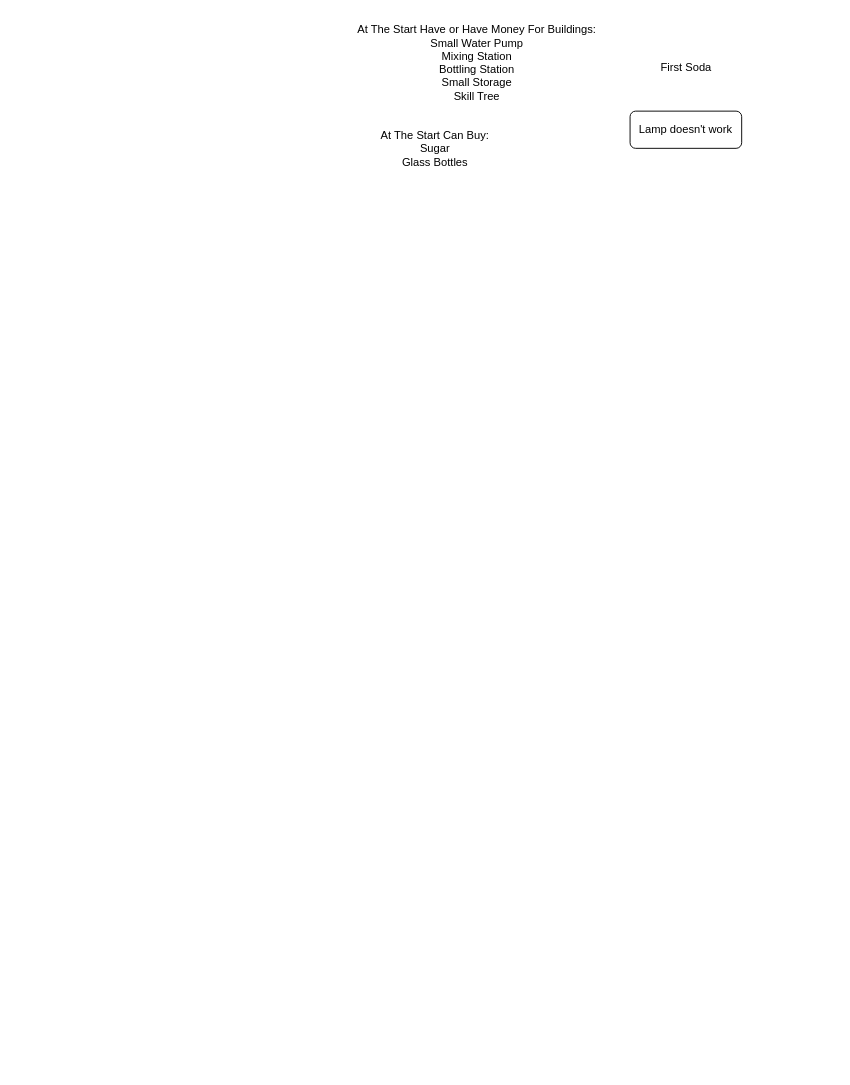
The draw.io diagram GameFlow.drawio in mdbernhards/GizmosSodaFactory, before the edit. Source tidied: cells renumbered, new cells numbered last; positions are measured from the earlier drawing's top-left corner, leaving out a move shared by most shapes. Both pictures are drawn from the tidied source at 93%, with x=0, y=0 at pixel (346, 16).
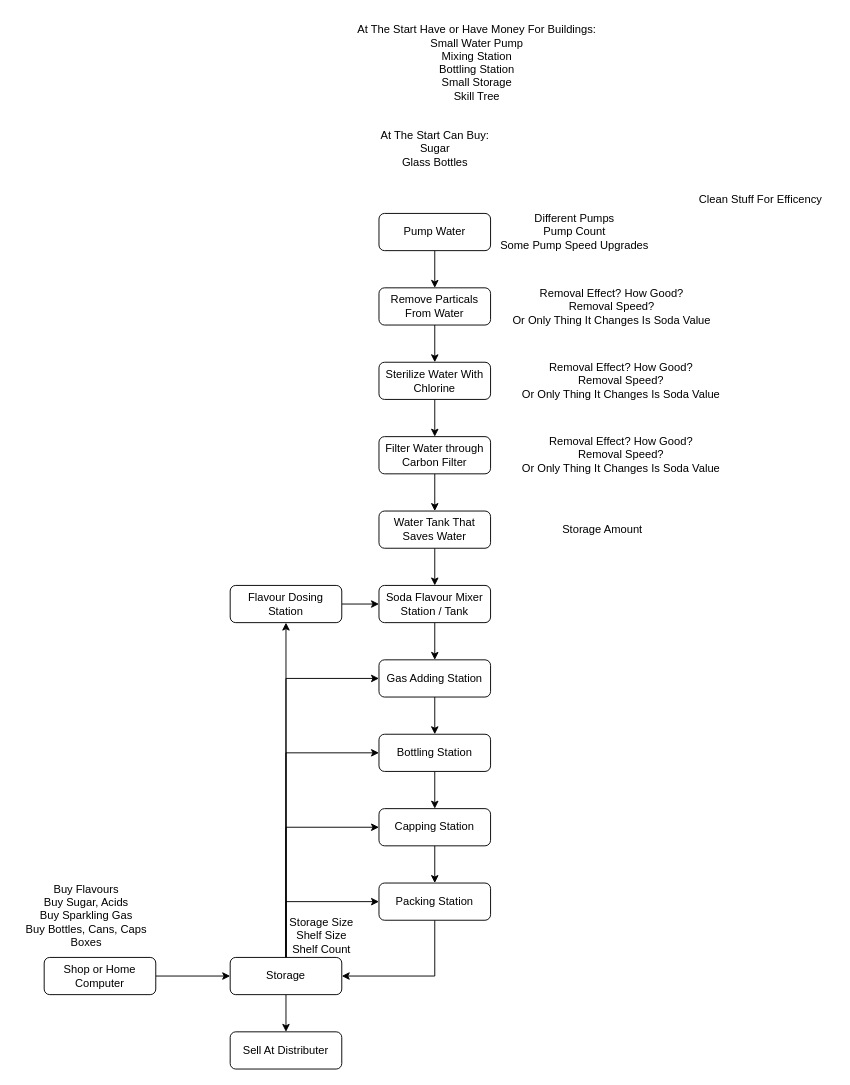
The same page after the edit.

The edit, as a diff of the source:
```diff
@@
+    <mxCell id="6" style="edgeStyle=orthogonalEdgeStyle;rounded=0;jettySize=auto;html=1;exitX=0.5;exitY=1;exitDx=0;exitDy=0;entryX=0.5;entryY=0;entryDx=0;entryDy=0;" parent="1" edge="1" source="2" target="8">
+      <mxGeometry relative="1" as="geometry" />
+    </mxCell>
-    <mxCell id="2" value="Lamp doesn't work" style="rounded=1;whiteSpace=wrap;html=1;fontSize=12;glass=0;strokeWidth=1;shadow=0;" parent="1" vertex="1">
-      <mxGeometry x="305" y="102" width="120" height="40" as="geometry" />
+    <mxCell id="2" value="Pump Water" style="rounded=1;whiteSpace=wrap;html=1;fontSize=12;glass=0;strokeWidth=1;shadow=0;" parent="1" vertex="1">
+      <mxGeometry x="35" y="212" width="120" height="40" as="geometry" />
     </mxCell>
-    <mxCell id="3" value="First Soda" style="text;html=1;align=center;verticalAlign=middle;strokeColor=none;fillColor=none;" parent="1" vertex="1">
-      <mxGeometry x="325" y="40" width="80" height="30" as="geometry" />
+    <mxCell id="3" value="Different Pumps&lt;div&gt;Pump Count&lt;/div&gt;&lt;div&gt;Some Pump Speed Upgrades&lt;/div&gt;" style="text;html=1;align=center;verticalAlign=middle;strokeColor=none;fillColor=none;" parent="1" vertex="1">
+      <mxGeometry x="155" y="202" width="180" height="60" as="geometry" />
     </mxCell>
@@
+    <mxCell id="7" style="edgeStyle=orthogonalEdgeStyle;rounded=0;jettySize=auto;html=1;exitX=0.5;exitY=1;exitDx=0;exitDy=0;entryX=0.5;entryY=0;entryDx=0;entryDy=0;" parent="1" edge="1" source="8" target="10">
+      <mxGeometry relative="1" as="geometry" />
+    </mxCell>
+    <mxCell id="8" value="Remove Particals From Water" style="rounded=1;whiteSpace=wrap;html=1;fontSize=12;glass=0;strokeWidth=1;shadow=0;" parent="1" vertex="1">
+      <mxGeometry x="35" y="292" width="120" height="40" as="geometry" />
+    </mxCell>
+    <mxCell id="9" style="edgeStyle=orthogonalEdgeStyle;rounded=0;jettySize=auto;html=1;exitX=0.5;exitY=1;exitDx=0;exitDy=0;entryX=0.5;entryY=0;entryDx=0;entryDy=0;" parent="1" edge="1" source="10" target="12">
+      <mxGeometry relative="1" as="geometry" />
+    </mxCell>
+    <mxCell id="10" value="Sterilize Water With Chlorine" style="rounded=1;whiteSpace=wrap;html=1;fontSize=12;glass=0;strokeWidth=1;shadow=0;" parent="1" vertex="1">
+      <mxGeometry x="35" y="372" width="120" height="40" as="geometry" />
+    </mxCell>
+    <mxCell id="11" style="edgeStyle=orthogonalEdgeStyle;rounded=0;jettySize=auto;html=1;exitX=0.5;exitY=1;exitDx=0;exitDy=0;entryX=0.5;entryY=0;entryDx=0;entryDy=0;" parent="1" edge="1" source="12" target="17">
+      <mxGeometry relative="1" as="geometry" />
+    </mxCell>
+    <mxCell id="12" value="Filter Water through Carbon Filter" style="rounded=1;whiteSpace=wrap;html=1;fontSize=12;glass=0;strokeWidth=1;shadow=0;" parent="1" vertex="1">
+      <mxGeometry x="35" y="452" width="120" height="40" as="geometry" />
+    </mxCell>
+    <mxCell id="13" value="Removal Effect? How Good?&lt;div&gt;Removal Speed?&lt;/div&gt;&lt;div&gt;Or Only Thing It Changes Is Soda Value&lt;/div&gt;" style="text;html=1;align=center;verticalAlign=middle;strokeColor=none;fillColor=none;" parent="1" vertex="1">
+      <mxGeometry x="165" y="282" width="240" height="60" as="geometry" />
+    </mxCell>
+    <mxCell id="14" value="Removal Effect? How Good?&lt;div&gt;Removal Speed?&lt;/div&gt;&lt;div&gt;Or Only Thing It Changes Is Soda Value&lt;/div&gt;" style="text;html=1;align=center;verticalAlign=middle;strokeColor=none;fillColor=none;" parent="1" vertex="1">
+      <mxGeometry x="175" y="362" width="240" height="60" as="geometry" />
+    </mxCell>
+    <mxCell id="15" value="Removal Effect? How Good?&lt;div&gt;Removal Speed?&lt;/div&gt;&lt;div&gt;Or Only Thing It Changes Is Soda Value&lt;/div&gt;" style="text;html=1;align=center;verticalAlign=middle;strokeColor=none;fillColor=none;" parent="1" vertex="1">
+      <mxGeometry x="175" y="442" width="240" height="60" as="geometry" />
+    </mxCell>
+    <mxCell id="16" style="edgeStyle=orthogonalEdgeStyle;rounded=0;jettySize=auto;html=1;exitX=0.5;exitY=1;exitDx=0;exitDy=0;entryX=0.5;entryY=0;entryDx=0;entryDy=0;" parent="1" edge="1" source="17" target="34">
+      <mxGeometry relative="1" as="geometry" />
+    </mxCell>
+    <mxCell id="17" value="Water Tank That Saves Water" style="rounded=1;whiteSpace=wrap;html=1;fontSize=12;glass=0;strokeWidth=1;shadow=0;" parent="1" vertex="1">
+      <mxGeometry x="35" y="532" width="120" height="40" as="geometry" />
+    </mxCell>
+    <mxCell id="18" value="Storage Amount" style="text;html=1;align=center;verticalAlign=middle;strokeColor=none;fillColor=none;" parent="1" vertex="1">
+      <mxGeometry x="220" y="537" width="110" height="30" as="geometry" />
+    </mxCell>
+    <mxCell id="19" style="edgeStyle=orthogonalEdgeStyle;rounded=0;jettySize=auto;html=1;exitX=1;exitY=0.5;exitDx=0;exitDy=0;entryX=0;entryY=0.5;entryDx=0;entryDy=0;" parent="1" edge="1" source="20" target="28">
+      <mxGeometry relative="1" as="geometry" />
+    </mxCell>
+    <mxCell id="20" value="Shop or Home Computer" style="rounded=1;whiteSpace=wrap;html=1;fontSize=12;glass=0;strokeWidth=1;shadow=0;" parent="1" vertex="1">
+      <mxGeometry x="-325" y="1012" width="120" height="40" as="geometry" />
+    </mxCell>
+    <mxCell id="21" value="Buy Flavours&lt;div&gt;Buy Sugar, Acids&lt;/div&gt;&lt;div&gt;Buy Sparkling Gas&lt;/div&gt;&lt;div&gt;Buy Bottles, Cans, Caps&lt;/div&gt;&lt;div&gt;Boxes&lt;/div&gt;" style="text;html=1;align=center;verticalAlign=middle;strokeColor=none;fillColor=none;" parent="1" vertex="1">
+      <mxGeometry x="-355" y="922" width="150" height="90" as="geometry" />
+    </mxCell>
+    <mxCell id="22" style="edgeStyle=orthogonalEdgeStyle;rounded=0;jettySize=auto;html=1;exitX=0.5;exitY=0;exitDx=0;exitDy=0;entryX=0;entryY=0.5;entryDx=0;entryDy=0;" parent="1" edge="1" source="28" target="42">
+      <mxGeometry relative="1" as="geometry" />
+    </mxCell>
+    <mxCell id="23" style="edgeStyle=orthogonalEdgeStyle;rounded=0;jettySize=auto;html=1;exitX=0.5;exitY=0;exitDx=0;exitDy=0;entryX=0;entryY=0.5;entryDx=0;entryDy=0;" parent="1" edge="1" source="28" target="40">
+      <mxGeometry relative="1" as="geometry" />
+    </mxCell>
+    <mxCell id="24" style="edgeStyle=orthogonalEdgeStyle;rounded=0;jettySize=auto;html=1;exitX=0.5;exitY=0;exitDx=0;exitDy=0;entryX=0;entryY=0.5;entryDx=0;entryDy=0;" parent="1" edge="1" source="28" target="38">
+      <mxGeometry relative="1" as="geometry" />
+    </mxCell>
+    <mxCell id="25" style="edgeStyle=orthogonalEdgeStyle;rounded=0;jettySize=auto;html=1;exitX=0.5;exitY=0;exitDx=0;exitDy=0;entryX=0;entryY=0.5;entryDx=0;entryDy=0;" parent="1" edge="1" source="28" target="36">
+      <mxGeometry relative="1" as="geometry" />
+    </mxCell>
+    <mxCell id="26" style="edgeStyle=orthogonalEdgeStyle;rounded=0;jettySize=auto;html=1;exitX=0.5;exitY=0;exitDx=0;exitDy=0;entryX=0.5;entryY=1;entryDx=0;entryDy=0;" parent="1" edge="1" source="28" target="32">
+      <mxGeometry relative="1" as="geometry" />
+    </mxCell>
+    <mxCell id="27" style="edgeStyle=orthogonalEdgeStyle;rounded=0;jettySize=auto;html=1;exitX=0.5;exitY=1;exitDx=0;exitDy=0;entryX=0.5;entryY=0;entryDx=0;entryDy=0;" parent="1" edge="1" source="28" target="43">
+      <mxGeometry relative="1" as="geometry" />
+    </mxCell>
+    <mxCell id="28" value="Storage" style="rounded=1;whiteSpace=wrap;html=1;fontSize=12;glass=0;strokeWidth=1;shadow=0;" parent="1" vertex="1">
+      <mxGeometry x="-125" y="1012" width="120" height="40" as="geometry" />
+    </mxCell>
+    <mxCell id="29" value="Clean Stuff For Efficency" style="text;html=1;align=center;verticalAlign=middle;strokeColor=none;fillColor=none;" parent="1" vertex="1">
+      <mxGeometry x="365" y="182" width="160" height="30" as="geometry" />
+    </mxCell>
+    <mxCell id="30" value="Storage Size&lt;div&gt;Shelf Size&lt;/div&gt;&lt;div&gt;Shelf Count&lt;/div&gt;" style="text;html=1;align=center;verticalAlign=middle;strokeColor=none;fillColor=none;" parent="1" vertex="1">
+      <mxGeometry x="-72" y="959" width="90" height="60" as="geometry" />
+    </mxCell>
+    <mxCell id="31" style="edgeStyle=orthogonalEdgeStyle;rounded=0;jettySize=auto;html=1;exitX=1;exitY=0.5;exitDx=0;exitDy=0;entryX=0;entryY=0.5;entryDx=0;entryDy=0;" parent="1" edge="1" source="32" target="34">
+      <mxGeometry relative="1" as="geometry" />
+    </mxCell>
+    <mxCell id="32" value="Flavour Dosing Station" style="rounded=1;whiteSpace=wrap;html=1;fontSize=12;glass=0;strokeWidth=1;shadow=0;" parent="1" vertex="1">
+      <mxGeometry x="-125" y="612" width="120" height="40" as="geometry" />
+    </mxCell>
+    <mxCell id="33" style="edgeStyle=orthogonalEdgeStyle;rounded=0;jettySize=auto;html=1;exitX=0.5;exitY=1;exitDx=0;exitDy=0;entryX=0.5;entryY=0;entryDx=0;entryDy=0;" parent="1" edge="1" source="34" target="36">
+      <mxGeometry relative="1" as="geometry" />
+    </mxCell>
+    <mxCell id="34" value="Soda Flavour Mixer Station / Tank" style="rounded=1;whiteSpace=wrap;html=1;fontSize=12;glass=0;strokeWidth=1;shadow=0;" parent="1" vertex="1">
+      <mxGeometry x="35" y="612" width="120" height="40" as="geometry" />
+    </mxCell>
+    <mxCell id="35" style="edgeStyle=orthogonalEdgeStyle;rounded=0;jettySize=auto;html=1;exitX=0.5;exitY=1;exitDx=0;exitDy=0;entryX=0.5;entryY=0;entryDx=0;entryDy=0;" parent="1" edge="1" source="36" target="38">
+      <mxGeometry relative="1" as="geometry" />
+    </mxCell>
+    <mxCell id="36" value="Gas Adding Station" style="rounded=1;whiteSpace=wrap;html=1;fontSize=12;glass=0;strokeWidth=1;shadow=0;" parent="1" vertex="1">
+      <mxGeometry x="35" y="692" width="120" height="40" as="geometry" />
+    </mxCell>
+    <mxCell id="37" style="edgeStyle=orthogonalEdgeStyle;rounded=0;jettySize=auto;html=1;exitX=0.5;exitY=1;exitDx=0;exitDy=0;entryX=0.5;entryY=0;entryDx=0;entryDy=0;" parent="1" edge="1" source="38" target="40">
+      <mxGeometry relative="1" as="geometry" />
+    </mxCell>
+    <mxCell id="38" value="Bottling Station" style="rounded=1;whiteSpace=wrap;html=1;fontSize=12;glass=0;strokeWidth=1;shadow=0;" parent="1" vertex="1">
+      <mxGeometry x="35" y="772" width="120" height="40" as="geometry" />
+    </mxCell>
+    <mxCell id="39" style="edgeStyle=orthogonalEdgeStyle;rounded=0;jettySize=auto;html=1;exitX=0.5;exitY=1;exitDx=0;exitDy=0;entryX=0.5;entryY=0;entryDx=0;entryDy=0;" parent="1" edge="1" source="40" target="42">
+      <mxGeometry relative="1" as="geometry" />
+    </mxCell>
+    <mxCell id="40" value="Capping Station" style="rounded=1;whiteSpace=wrap;html=1;fontSize=12;glass=0;strokeWidth=1;shadow=0;" parent="1" vertex="1">
+      <mxGeometry x="35" y="852" width="120" height="40" as="geometry" />
+    </mxCell>
+    <mxCell id="41" style="edgeStyle=orthogonalEdgeStyle;rounded=0;jettySize=auto;html=1;exitX=0.5;exitY=1;exitDx=0;exitDy=0;entryX=1;entryY=0.5;entryDx=0;entryDy=0;" parent="1" edge="1" source="42" target="28">
+      <mxGeometry relative="1" as="geometry" />
+    </mxCell>
+    <mxCell id="42" value="Packing Station" style="rounded=1;whiteSpace=wrap;html=1;fontSize=12;glass=0;strokeWidth=1;shadow=0;" parent="1" vertex="1">
+      <mxGeometry x="35" y="932" width="120" height="40" as="geometry" />
+    </mxCell>
+    <mxCell id="43" value="Sell At Distributer" style="rounded=1;whiteSpace=wrap;html=1;fontSize=12;glass=0;strokeWidth=1;shadow=0;" parent="1" vertex="1">
+      <mxGeometry x="-125" y="1092" width="120" height="40" as="geometry" />
+    </mxCell>
```
